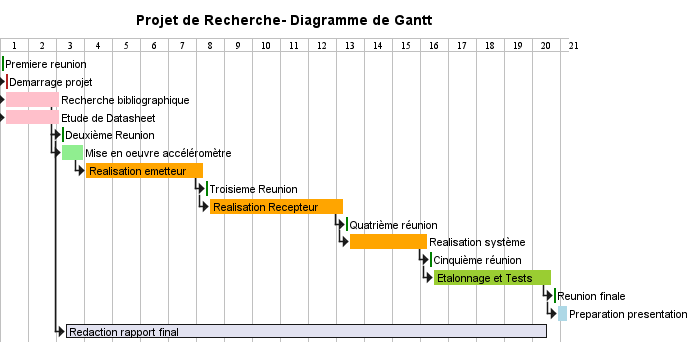
This is docs/uml_files/diagramme_gantt_week.png from dibreyjonatan/Projet_de_Recherche_TPMS, a PlantUML export, as it was before one commit.
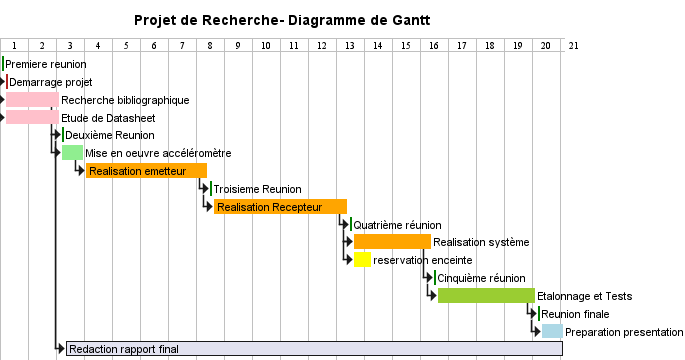
Above is the later version.

Commit message:
DOC (Mod) : Mise à jour du gantt après la réunion d'aujourd'hui, 15/01/2026

What changed in the source:
```diff
@@ -28,7 +28,7 @@
 [Mise en oeuvre accéléromètre ] requires 6 days
 [Mise en oeuvre accéléromètre ] starts at [Deuxième Reunion]'s start
 [Mise en oeuvre accéléromètre ] is colored in lightgreen
-[Realisation emetteur] requires 30 days
+[Realisation emetteur] requires 31 days
 [Realisation emetteur] starts at [Mise en oeuvre accéléromètre ]'s end
 [Realisation emetteur] is colored in orange
 [Troisieme Reunion] requires 1 days
@@ -48,6 +48,9 @@
 [Realisation système] starts at [Quatrième réunion]'s end
 [Realisation système] is colored in orange
 
+[reservation enceinte] requires 5 days
+[reservation enceinte] starts at [Realisation système]'s start
+[reservation enceinte] is colored in yellow
 
 
 [Cinquième réunion] requires 1 days
@@ -55,7 +58,7 @@
 [Cinquième réunion] is colored in green
 
 
-[Etalonnage et Tests] requires 30 days
+[Etalonnage et Tests] requires 25 days
 [Etalonnage et Tests] starts at [Cinquième réunion]'s end
 [Etalonnage et Tests] is colored in YellowGreen
 
@@ -63,11 +66,11 @@
 [Reunion finale] starts at [Etalonnage et Tests]'s end
 [Reunion finale] is colored in green
 
-[Preparation presentation] requires 3 days
+[Preparation presentation] requires 6 days
 [Preparation presentation] starts at [Reunion finale]'s end
 [Preparation presentation] is colored in LightBlue
 
-[Redaction rapport final] requires 121 days
+[Redaction rapport final] requires 125 days
 [Redaction rapport final] starts at [Deuxième Reunion]'s end
 
 
```
